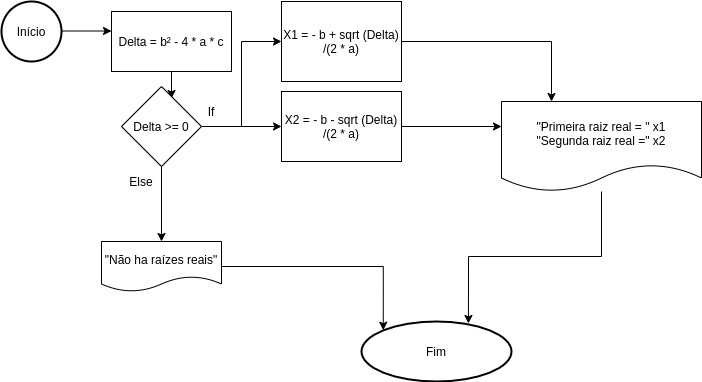
Lrlk/Trabalho-de-APC1 keeps this draw.io diagram as Trabalho_APC_1_(Questão 1).png. Above is the earlier version. Source tidied: cells renumbered, new cells last; positions are measured from the earlier drawing's top-left corner, leaving out a move shared by most shapes.
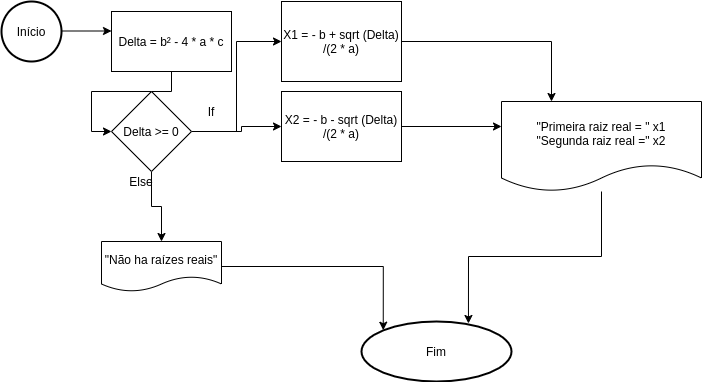
The same file after the commit.

Change to the diagram source:
```diff
@@ -8,7 +8,7 @@
         <mxPoint x="110" y="29.5" as="targetPoint" />
       </mxGeometry>
     </mxCell>
-    <mxCell id="3" style="edgeStyle=orthogonalEdgeStyle;rounded=0;jettySize=auto;html=1;exitX=0.5;exitY=1;exitDx=0;exitDy=0;entryX=0.625;entryY=0.15;entryDx=0;entryDy=0;entryPerimeter=0;" parent="1" edge="1" source="4" target="12">
+    <mxCell id="3" style="edgeStyle=orthogonalEdgeStyle;rounded=0;jettySize=auto;html=1;entryX=0;entryY=0.5;entryDx=0;entryDy=0;" parent="1" edge="1" source="4" target="12">
       <mxGeometry relative="1" as="geometry" />
     </mxCell>
     <mxCell id="4" value="Delta = b² - 4 * a * c" style="rounded=0;whiteSpace=wrap;html=1;" parent="1" vertex="1">
@@ -31,7 +31,7 @@
     <mxCell id="9" style="edgeStyle=orthogonalEdgeStyle;rounded=0;jettySize=auto;html=1;exitX=1;exitY=0.5;exitDx=0;exitDy=0;entryX=0;entryY=0.5;entryDx=0;entryDy=0;" parent="1" edge="1" source="12" target="8">
       <mxGeometry relative="1" as="geometry">
         <Array as="points">
-          <mxPoint x="240" y="125" />
+          <mxPoint x="240" y="130" />
           <mxPoint x="240" y="125" />
         </Array>
       </mxGeometry>
@@ -45,7 +45,7 @@
       </mxGeometry>
     </mxCell>
     <mxCell id="12" value="Delta &amp;gt;= 0" style="rhombus;whiteSpace=wrap;html=1;glass=0;" parent="1" vertex="1">
-      <mxGeometry x="120" y="85" width="80" height="80" as="geometry" />
+      <mxGeometry x="110" y="90" width="80" height="80" as="geometry" />
     </mxCell>
     <mxCell id="13" value="If" style="text;html=1;strokeColor=none;fillColor=none;align=center;verticalAlign=middle;whiteSpace=wrap;rounded=0;glass=0;" parent="1" vertex="1">
       <mxGeometry x="190" y="100" width="40" height="20" as="geometry" />
```
